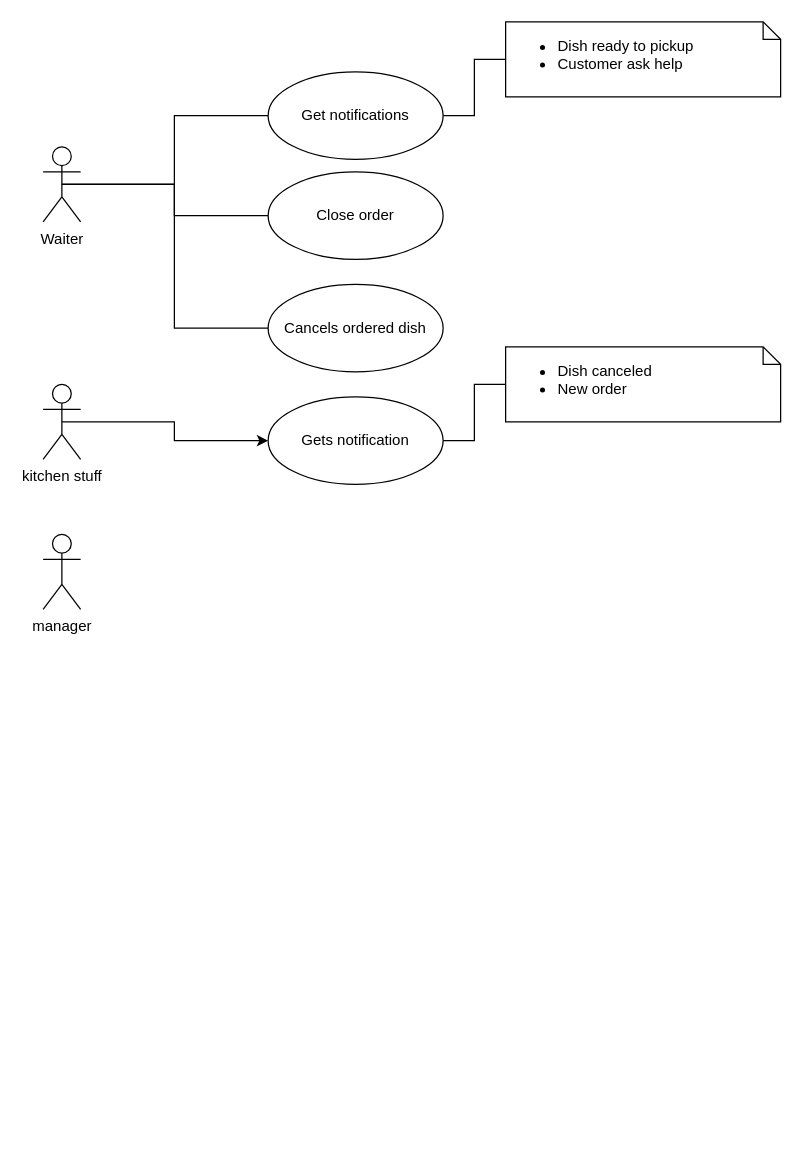
The draw.io diagram Waiter_useCase.drawio in perandr/horeca, before the edit. Source tidied: cells renumbered, new cells numbered last; positions are measured from the earlier drawing's top-left corner, leaving out a move shared by most shapes. Both pictures are drawn from the tidied source at 125%, with x=0, y=0 at pixel (42, 21).
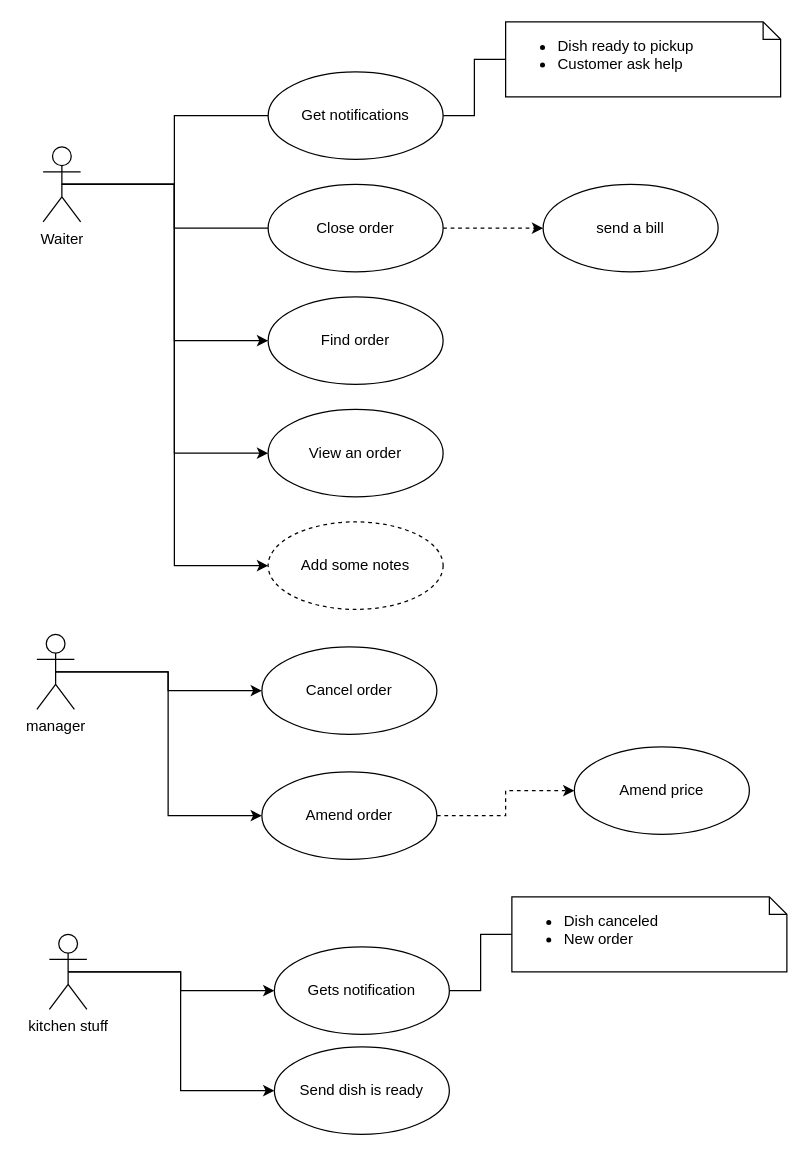
After the change.

The change refers to these unchanged cells:
```xml
<mxCell id="5" value="Waiter" style="shape=umlActor;verticalLabelPosition=bottom;labelBackgroundColor=#ffffff;verticalAlign=top;html=1;" parent="1" vertex="1">
  <mxGeometry y="100" width="30" height="60" as="geometry" />
</mxCell>
```

The edit, as a diff of the source:
```diff
@@
-    <mxCell id="3" style="edgeStyle=orthogonalEdgeStyle;rounded=0;jettySize=auto;html=1;exitX=0.5;exitY=0.5;exitDx=0;exitDy=0;exitPerimeter=0;endArrow=none;endFill=0;" parent="1" edge="1" source="5" target="11">
+    <mxCell id="3" style="edgeStyle=orthogonalEdgeStyle;rounded=0;jettySize=auto;html=1;exitX=0.5;exitY=0.5;exitDx=0;exitDy=0;exitPerimeter=0;endArrow=none;endFill=0;entryX=0;entryY=0.5;entryDx=0;entryDy=0;" parent="1" edge="1" source="5" target="11">
       <mxGeometry relative="1" as="geometry" />
     </mxCell>
-    <mxCell id="4" style="edgeStyle=orthogonalEdgeStyle;rounded=0;jettySize=auto;html=1;exitX=0.5;exitY=0.5;exitDx=0;exitDy=0;exitPerimeter=0;entryX=0;entryY=0.5;entryDx=0;entryDy=0;endArrow=none;endFill=0;" parent="1" edge="1" source="5" target="12">
-      <mxGeometry relative="1" as="geometry" />
-    </mxCell>
+    <mxCell id="17" style="edgeStyle=orthogonalEdgeStyle;rounded=0;jettySize=auto;html=1;exitX=0.5;exitY=0.5;exitDx=0;exitDy=0;exitPerimeter=0;entryX=0;entryY=0.5;entryDx=0;entryDy=0;startArrow=none;startFill=0;endArrow=classic;endFill=1;" parent="1" edge="1" source="5" target="29">
+      <mxGeometry relative="1" as="geometry" />
+    </mxCell>
+    <mxCell id="18" style="edgeStyle=orthogonalEdgeStyle;rounded=0;jettySize=auto;html=1;exitX=0.5;exitY=0.5;exitDx=0;exitDy=0;exitPerimeter=0;entryX=0;entryY=0.5;entryDx=0;entryDy=0;startArrow=none;startFill=0;endArrow=classic;endFill=1;" parent="1" edge="1" source="5" target="30">
+      <mxGeometry relative="1" as="geometry" />
+    </mxCell>
+    <mxCell id="19" style="edgeStyle=orthogonalEdgeStyle;rounded=0;jettySize=auto;html=1;exitX=0.5;exitY=0.5;exitDx=0;exitDy=0;exitPerimeter=0;entryX=0;entryY=0.5;entryDx=0;entryDy=0;startArrow=none;startFill=0;endArrow=classic;endFill=1;" parent="1" edge="1" source="5" target="31">
+      <mxGeometry relative="1" as="geometry" />
+    </mxCell>
@@
+    <mxCell id="20" style="edgeStyle=orthogonalEdgeStyle;rounded=0;jettySize=auto;html=1;exitX=0.5;exitY=0.5;exitDx=0;exitDy=0;exitPerimeter=0;entryX=0;entryY=0.5;entryDx=0;entryDy=0;endArrow=classic;endFill=1;" parent="1" edge="1" source="7" target="24">
+      <mxGeometry relative="1" as="geometry" />
+    </mxCell>
     <mxCell id="7" value="kitchen stuff" style="shape=umlActor;verticalLabelPosition=bottom;labelBackgroundColor=#ffffff;verticalAlign=top;html=1;" parent="1" vertex="1">
-      <mxGeometry y="290" width="30" height="60" as="geometry" />
+      <mxGeometry x="5" y="730" width="30" height="60" as="geometry" />
     </mxCell>
+    <mxCell id="21" style="edgeStyle=orthogonalEdgeStyle;rounded=0;jettySize=auto;html=1;exitX=0.5;exitY=0.5;exitDx=0;exitDy=0;exitPerimeter=0;entryX=0;entryY=0.5;entryDx=0;entryDy=0;endArrow=classic;endFill=1;" parent="1" edge="1" source="8" target="25">
+      <mxGeometry relative="1" as="geometry" />
+    </mxCell>
+    <mxCell id="22" style="edgeStyle=orthogonalEdgeStyle;rounded=0;jettySize=auto;html=1;exitX=0.5;exitY=0.5;exitDx=0;exitDy=0;exitPerimeter=0;entryX=0;entryY=0.5;entryDx=0;entryDy=0;endArrow=classic;endFill=1;" parent="1" edge="1" source="8" target="27">
+      <mxGeometry relative="1" as="geometry" />
+    </mxCell>
     <mxCell id="8" value="manager" style="shape=umlActor;verticalLabelPosition=bottom;labelBackgroundColor=#ffffff;verticalAlign=top;html=1;" parent="1" vertex="1">
-      <mxGeometry y="410" width="30" height="60" as="geometry" />
+      <mxGeometry x="-5" y="490" width="30" height="60" as="geometry" />
     </mxCell>
@@
+    <mxCell id="23" style="edgeStyle=orthogonalEdgeStyle;rounded=0;jettySize=auto;html=1;exitX=1;exitY=0.5;exitDx=0;exitDy=0;startArrow=none;startFill=0;endArrow=classic;endFill=1;dashed=1;" parent="1" edge="1" source="11" target="32">
+      <mxGeometry relative="1" as="geometry" />
+    </mxCell>
     <mxCell id="11" value="Close order" style="ellipse;whiteSpace=wrap;html=1;" parent="1" vertex="1">
-      <mxGeometry x="180" y="120" width="140" height="70" as="geometry" />
+      <mxGeometry x="180" y="130" width="140" height="70" as="geometry" />
     </mxCell>
-    <mxCell id="12" value="Cancels ordered dish" style="ellipse;whiteSpace=wrap;html=1;" parent="1" vertex="1">
-      <mxGeometry x="180" y="210" width="140" height="70" as="geometry" />
-    </mxCell>
@@
     <mxCell id="15" value="Gets notification" style="ellipse;whiteSpace=wrap;html=1;" parent="1" vertex="1">
-      <mxGeometry x="180" y="300" width="140" height="70" as="geometry" />
+      <mxGeometry x="185" y="740" width="140" height="70" as="geometry" />
     </mxCell>
     <mxCell id="16" value="&lt;ul&gt;&lt;li&gt;Dish canceled&lt;/li&gt;&lt;li&gt;New order&lt;br&gt;&lt;/li&gt;&lt;/ul&gt;" style="shape=note;whiteSpace=wrap;html=1;size=14;verticalAlign=top;align=left;spacingTop=-6;" parent="1" vertex="1">
-      <mxGeometry x="370" y="260" width="220" height="60" as="geometry" />
+      <mxGeometry x="375" y="700" width="220" height="60" as="geometry" />
     </mxCell>
+    <mxCell id="24" value="Send dish is ready" style="ellipse;whiteSpace=wrap;html=1;" parent="1" vertex="1">
+      <mxGeometry x="185" y="820" width="140" height="70" as="geometry" />
+    </mxCell>
+    <mxCell id="25" value="Cancel order" style="ellipse;whiteSpace=wrap;html=1;" parent="1" vertex="1">
+      <mxGeometry x="175" y="500" width="140" height="70" as="geometry" />
+    </mxCell>
+    <mxCell id="26" style="edgeStyle=orthogonalEdgeStyle;rounded=0;jettySize=auto;html=1;exitX=1;exitY=0.5;exitDx=0;exitDy=0;entryX=0;entryY=0.5;entryDx=0;entryDy=0;endArrow=classic;endFill=1;startArrow=none;startFill=0;dashed=1;" parent="1" edge="1" source="27" target="28">
+      <mxGeometry relative="1" as="geometry" />
+    </mxCell>
+    <mxCell id="27" value="Amend order" style="ellipse;whiteSpace=wrap;html=1;" parent="1" vertex="1">
+      <mxGeometry x="175" y="600" width="140" height="70" as="geometry" />
+    </mxCell>
+    <mxCell id="28" value="Amend price" style="ellipse;whiteSpace=wrap;html=1;" parent="1" vertex="1">
+      <mxGeometry x="425" y="580" width="140" height="70" as="geometry" />
+    </mxCell>
+    <mxCell id="29" value="Find order" style="ellipse;whiteSpace=wrap;html=1;" parent="1" vertex="1">
+      <mxGeometry x="180" y="220" width="140" height="70" as="geometry" />
+    </mxCell>
+    <mxCell id="30" value="View an order" style="ellipse;whiteSpace=wrap;html=1;" parent="1" vertex="1">
+      <mxGeometry x="180" y="310" width="140" height="70" as="geometry" />
+    </mxCell>
+    <mxCell id="31" value="Add some notes" style="ellipse;whiteSpace=wrap;html=1;dashed=1;" parent="1" vertex="1">
+      <mxGeometry x="180" y="400" width="140" height="70" as="geometry" />
+    </mxCell>
+    <mxCell id="32" value="send a bill" style="ellipse;whiteSpace=wrap;html=1;" parent="1" vertex="1">
+      <mxGeometry x="400" y="130" width="140" height="70" as="geometry" />
+    </mxCell>
```
